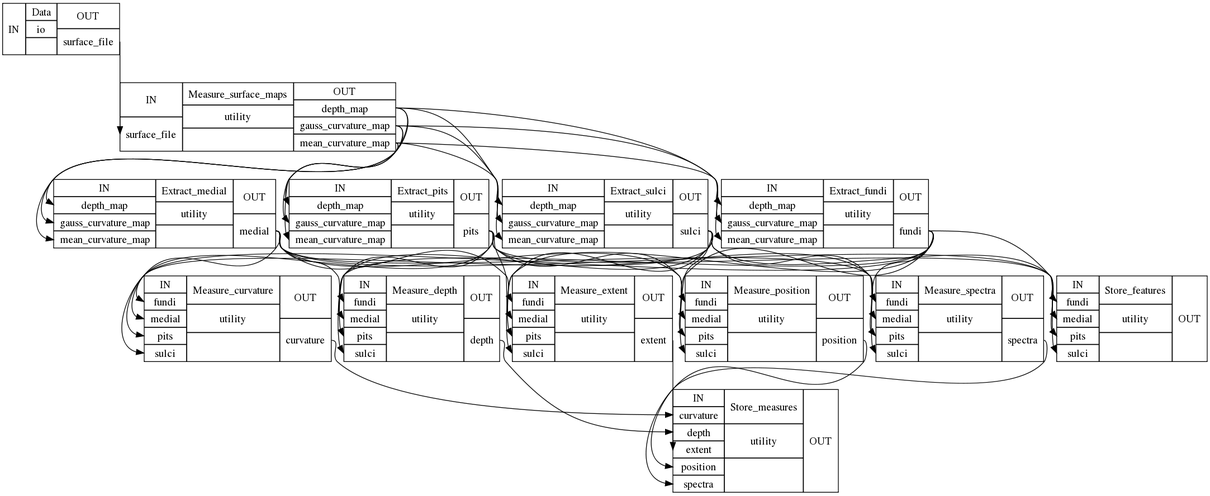
Earlier version of the Graphviz export pipeline/graph_detailed.dot.png (nipy/mindboggle). Its source is kept beside it as pipeline/graph_detailed.dot.
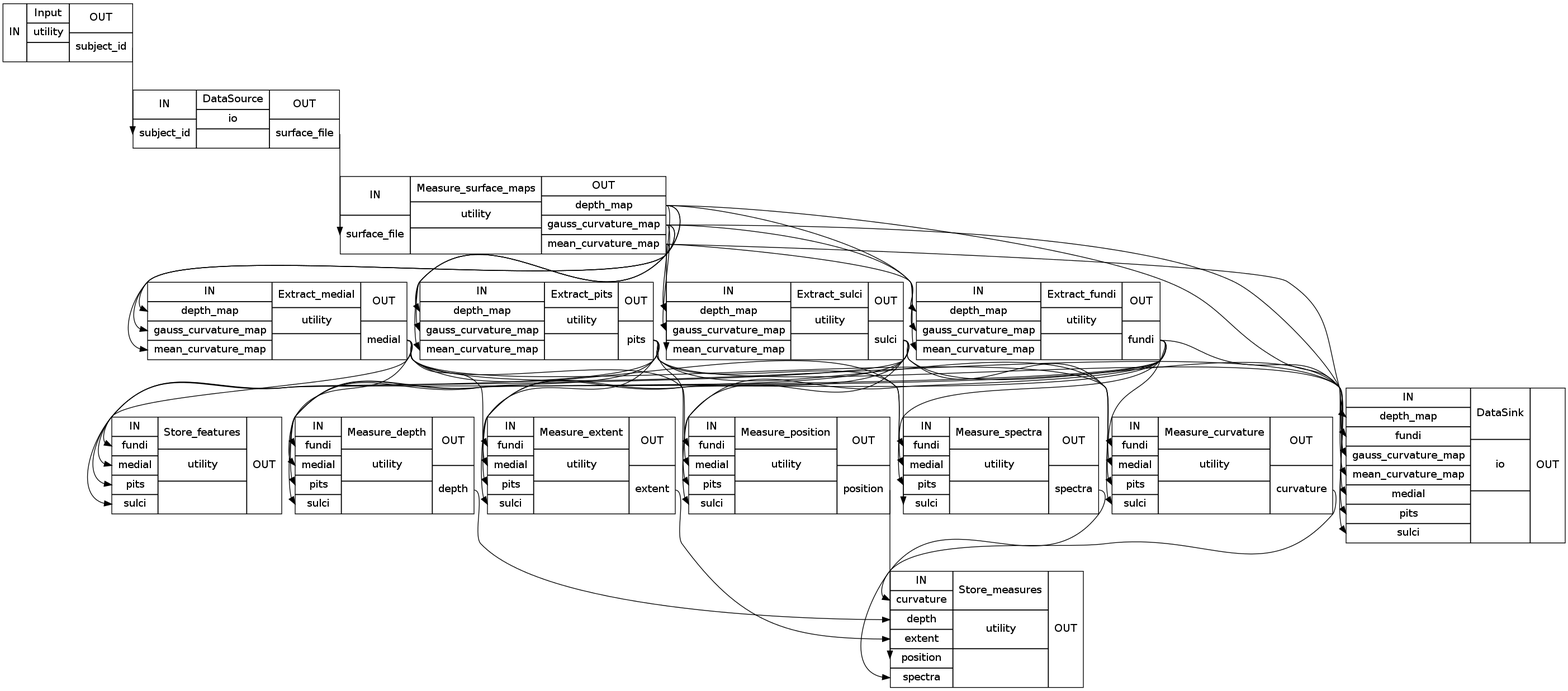
The same diagram one commit later.

The edit, as a diff of the source:
```diff
@@ -1,56 +1,66 @@
 digraph structs {
 node [shape=record];
-pipelineData [label="{IN}|{ Data | io |  }|{OUT|<outsurfacefile> surface_file}"];
+pipelineInput [label="{IN}|{ Input | utility |  }|{OUT|<outsubjectid> subject_id}"];
+pipelineDataSource [label="{IN|<insubjectid> subject_id}|{ DataSource | io |  }|{OUT|<outsurfacefile> surface_file}"];
 pipelineMeasure_surface_maps [label="{IN|<insurfacefile> surface_file}|{ Measure_surface_maps | utility |  }|{OUT|<outdepthmap> depth_map|<outgausscurvaturemap> gauss_curvature_map|<outmeancurvaturemap> mean_curvature_map}"];
+pipelineExtract_pits [label="{IN|<indepthmap> depth_map|<ingausscurvaturemap> gauss_curvature_map|<inmeancurvaturemap> mean_curvature_map}|{ Extract_pits | utility |  }|{OUT|<outpits> pits}"];
+pipelineExtract_sulci [label="{IN|<indepthmap> depth_map|<ingausscurvaturemap> gauss_curvature_map|<inmeancurvaturemap> mean_curvature_map}|{ Extract_sulci | utility |  }|{OUT|<outsulci> sulci}"];
+pipelineExtract_medial [label="{IN|<indepthmap> depth_map|<ingausscurvaturemap> gauss_curvature_map|<inmeancurvaturemap> mean_curvature_map}|{ Extract_medial | utility |  }|{OUT|<outmedial> medial}"];
 pipelineExtract_fundi [label="{IN|<indepthmap> depth_map|<ingausscurvaturemap> gauss_curvature_map|<inmeancurvaturemap> mean_curvature_map}|{ Extract_fundi | utility |  }|{OUT|<outfundi> fundi}"];
-pipelineExtract_sulci [label="{IN|<indepthmap> depth_map|<ingausscurvaturemap> gauss_curvature_map|<inmeancurvaturemap> mean_curvature_map}|{ Extract_sulci | utility |  }|{OUT|<outsulci> sulci}"];
-pipelineExtract_pits [label="{IN|<indepthmap> depth_map|<ingausscurvaturemap> gauss_curvature_map|<inmeancurvaturemap> mean_curvature_map}|{ Extract_pits | utility |  }|{OUT|<outpits> pits}"];
-pipelineExtract_medial [label="{IN|<indepthmap> depth_map|<ingausscurvaturemap> gauss_curvature_map|<inmeancurvaturemap> mean_curvature_map}|{ Extract_medial | utility |  }|{OUT|<outmedial> medial}"];
+pipelineDataSink [label="{IN|<indepthmap> depth_map|<infundi> fundi|<ingausscurvaturemap> gauss_curvature_map|<inmeancurvaturemap> mean_curvature_map|<inmedial> medial|<inpits> pits|<insulci> sulci}|{ DataSink | io |  }|{OUT}"];
+pipelineMeasure_curvature [label="{IN|<infundi> fundi|<inmedial> medial|<inpits> pits|<insulci> sulci}|{ Measure_curvature | utility |  }|{OUT|<outcurvature> curvature}"];
 pipelineMeasure_depth [label="{IN|<infundi> fundi|<inmedial> medial|<inpits> pits|<insulci> sulci}|{ Measure_depth | utility |  }|{OUT|<outdepth> depth}"];
-pipelineMeasure_curvature [label="{IN|<infundi> fundi|<inmedial> medial|<inpits> pits|<insulci> sulci}|{ Measure_curvature | utility |  }|{OUT|<outcurvature> curvature}"];
 pipelineMeasure_position [label="{IN|<infundi> fundi|<inmedial> medial|<inpits> pits|<insulci> sulci}|{ Measure_position | utility |  }|{OUT|<outposition> position}"];
 pipelineMeasure_extent [label="{IN|<infundi> fundi|<inmedial> medial|<inpits> pits|<insulci> sulci}|{ Measure_extent | utility |  }|{OUT|<outextent> extent}"];
+pipelineStore_features [label="{IN|<infundi> fundi|<inmedial> medial|<inpits> pits|<insulci> sulci}|{ Store_features | utility |  }|{OUT}"];
 pipelineMeasure_spectra [label="{IN|<infundi> fundi|<inmedial> medial|<inpits> pits|<insulci> sulci}|{ Measure_spectra | utility |  }|{OUT|<outspectra> spectra}"];
 pipelineStore_measures [label="{IN|<incurvature> curvature|<indepth> depth|<inextent> extent|<inposition> position|<inspectra> spectra}|{ Store_measures | utility |  }|{OUT}"];
-pipelineStore_features [label="{IN|<infundi> fundi|<inmedial> medial|<inpits> pits|<insulci> sulci}|{ Store_features | utility |  }|{OUT}"];
-pipelineData:outsurfacefile:e -> pipelineMeasure_surface_maps:insurfacefile:w;
+pipelineDataSource:outsurfacefile:e -> pipelineMeasure_surface_maps:insurfacefile:w;
+pipelineExtract_fundi:outfundi:e -> pipelineDataSink:infundi:w;
 pipelineExtract_fundi:outfundi:e -> pipelineMeasure_curvature:infundi:w;
 pipelineExtract_fundi:outfundi:e -> pipelineMeasure_depth:infundi:w;
 pipelineExtract_fundi:outfundi:e -> pipelineMeasure_extent:infundi:w;
 pipelineExtract_fundi:outfundi:e -> pipelineMeasure_position:infundi:w;
 pipelineExtract_fundi:outfundi:e -> pipelineMeasure_spectra:infundi:w;
 pipelineExtract_fundi:outfundi:e -> pipelineStore_features:infundi:w;
+pipelineExtract_medial:outmedial:e -> pipelineDataSink:inmedial:w;
 pipelineExtract_medial:outmedial:e -> pipelineMeasure_curvature:inmedial:w;
 pipelineExtract_medial:outmedial:e -> pipelineMeasure_depth:inmedial:w;
 pipelineExtract_medial:outmedial:e -> pipelineMeasure_extent:inmedial:w;
 pipelineExtract_medial:outmedial:e -> pipelineMeasure_position:inmedial:w;
 pipelineExtract_medial:outmedial:e -> pipelineMeasure_spectra:inmedial:w;
 pipelineExtract_medial:outmedial:e -> pipelineStore_features:inmedial:w;
+pipelineExtract_pits:outpits:e -> pipelineDataSink:inpits:w;
 pipelineExtract_pits:outpits:e -> pipelineMeasure_curvature:inpits:w;
 pipelineExtract_pits:outpits:e -> pipelineMeasure_depth:inpits:w;
 pipelineExtract_pits:outpits:e -> pipelineMeasure_extent:inpits:w;
 pipelineExtract_pits:outpits:e -> pipelineMeasure_position:inpits:w;
 pipelineExtract_pits:outpits:e -> pipelineMeasure_spectra:inpits:w;
 pipelineExtract_pits:outpits:e -> pipelineStore_features:inpits:w;
+pipelineExtract_sulci:outsulci:e -> pipelineDataSink:insulci:w;
 pipelineExtract_sulci:outsulci:e -> pipelineMeasure_curvature:insulci:w;
 pipelineExtract_sulci:outsulci:e -> pipelineMeasure_depth:insulci:w;
 pipelineExtract_sulci:outsulci:e -> pipelineMeasure_extent:insulci:w;
 pipelineExtract_sulci:outsulci:e -> pipelineMeasure_position:insulci:w;
 pipelineExtract_sulci:outsulci:e -> pipelineMeasure_spectra:insulci:w;
 pipelineExtract_sulci:outsulci:e -> pipelineStore_features:insulci:w;
+pipelineInput:outsubjectid:e -> pipelineDataSource:insubjectid:w;
 pipelineMeasure_curvature:outcurvature:e -> pipelineStore_measures:incurvature:w;
 pipelineMeasure_depth:outdepth:e -> pipelineStore_measures:indepth:w;
 pipelineMeasure_extent:outextent:e -> pipelineStore_measures:inextent:w;
 pipelineMeasure_position:outposition:e -> pipelineStore_measures:inposition:w;
 pipelineMeasure_spectra:outspectra:e -> pipelineStore_measures:inspectra:w;
+pipelineMeasure_surface_maps:outdepthmap:e -> pipelineDataSink:indepthmap:w;
 pipelineMeasure_surface_maps:outdepthmap:e -> pipelineExtract_fundi:indepthmap:w;
 pipelineMeasure_surface_maps:outdepthmap:e -> pipelineExtract_medial:indepthmap:w;
 pipelineMeasure_surface_maps:outdepthmap:e -> pipelineExtract_pits:indepthmap:w;
 pipelineMeasure_surface_maps:outdepthmap:e -> pipelineExtract_sulci:indepthmap:w;
+pipelineMeasure_surface_maps:outgausscurvaturemap:e -> pipelineDataSink:ingausscurvaturemap:w;
 pipelineMeasure_surface_maps:outgausscurvaturemap:e -> pipelineExtract_fundi:ingausscurvaturemap:w;
 pipelineMeasure_surface_maps:outgausscurvaturemap:e -> pipelineExtract_medial:ingausscurvaturemap:w;
 pipelineMeasure_surface_maps:outgausscurvaturemap:e -> pipelineExtract_pits:ingausscurvaturemap:w;
 pipelineMeasure_surface_maps:outgausscurvaturemap:e -> pipelineExtract_sulci:ingausscurvaturemap:w;
+pipelineMeasure_surface_maps:outmeancurvaturemap:e -> pipelineDataSink:inmeancurvaturemap:w;
 pipelineMeasure_surface_maps:outmeancurvaturemap:e -> pipelineExtract_fundi:inmeancurvaturemap:w;
 pipelineMeasure_surface_maps:outmeancurvaturemap:e -> pipelineExtract_medial:inmeancurvaturemap:w;
 pipelineMeasure_surface_maps:outmeancurvaturemap:e -> pipelineExtract_pits:inmeancurvaturemap:w;
```
